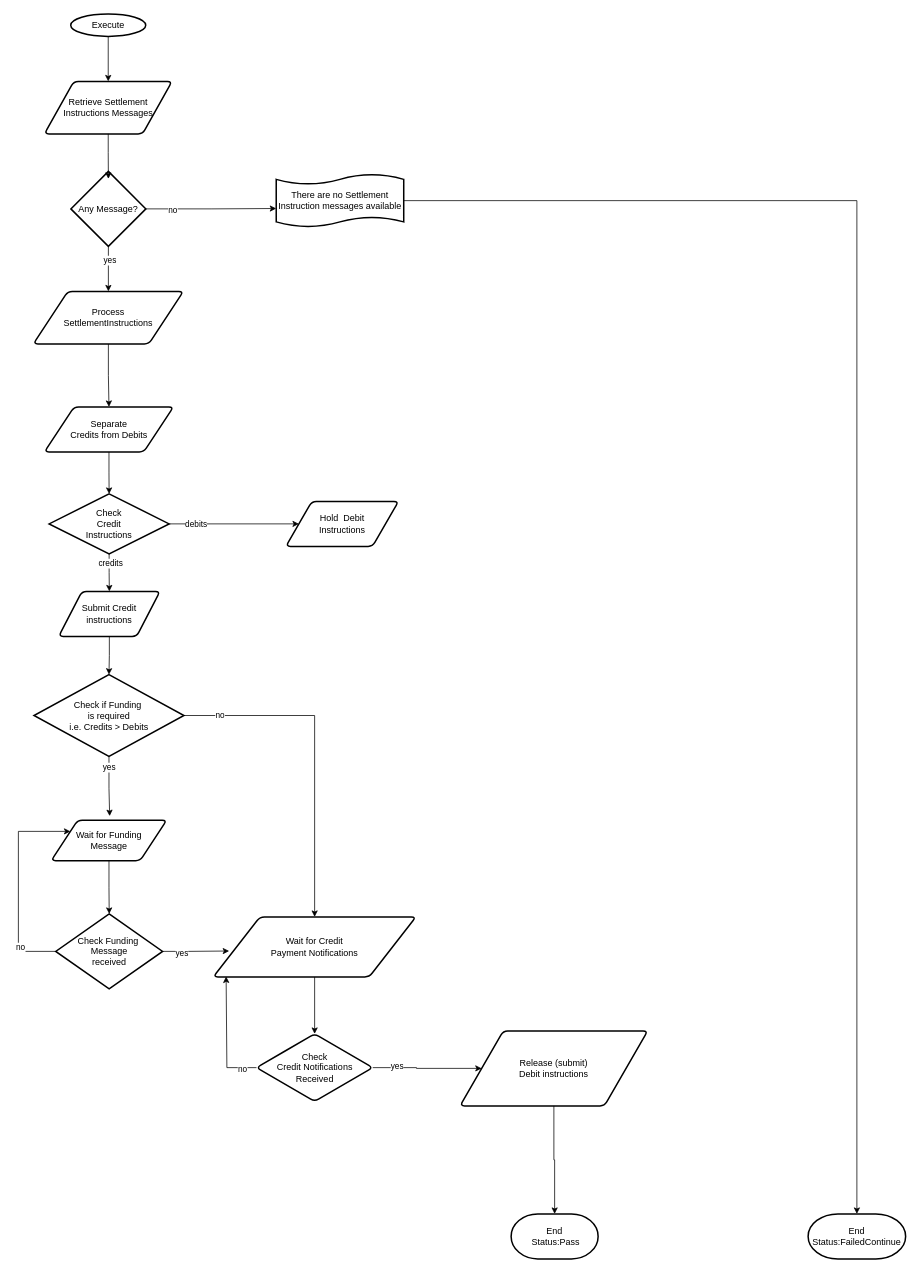
ByMadiba/Sandbox keeps this draw.io diagram as page "Detailed" (2 of 3) of SettlementInstructions.drawio. Above is the earlier version. Source tidied: cells renumbered, new cells numbered last; positions are measured from the earlier drawing's top-left corner, leaving out a move shared by most shapes. Both pictures are drawn from the tidied source at 75%, with x=0, y=0 at pixel (18, 14).
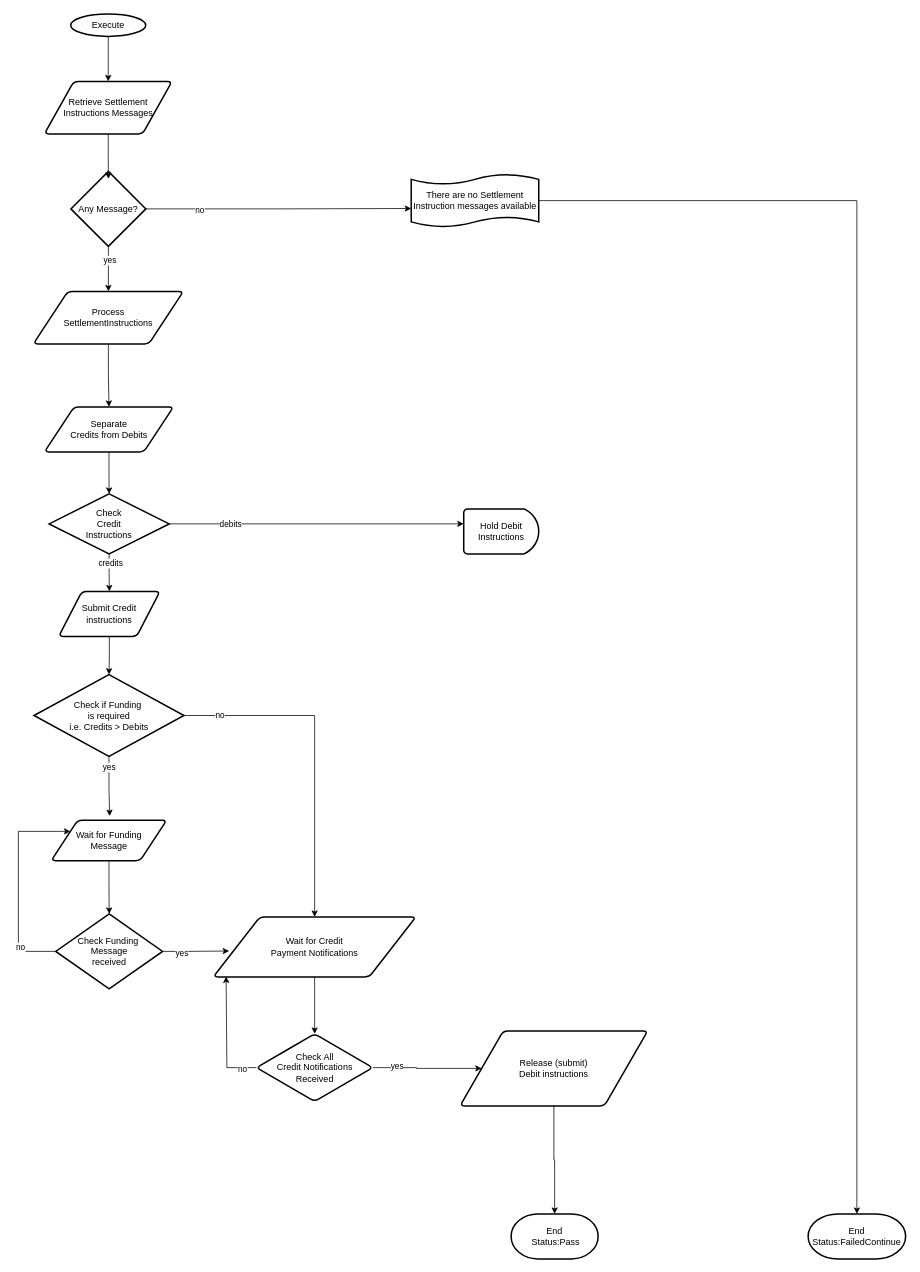
The same page after the edit.

Unchanged cells that the change refers to:
```xml
<mxCell id="38" value="Check&lt;br&gt;Credit&lt;br&gt;Instructions" style="strokeWidth=2;html=1;shape=mxgraph.flowchart.decision;whiteSpace=wrap;" parent="1" vertex="1">
  <mxGeometry x="41" y="640" width="160" height="80" as="geometry" />
</mxCell>
```

The edit, as a diff of the source:
```diff
@@
     <mxCell id="11" value="There are no Settlement Instruction messages available" style="shape=tape;whiteSpace=wrap;html=1;strokeWidth=2;size=0.19;" parent="1" vertex="1">
-      <mxGeometry x="343.8" y="214" width="170" height="70" as="geometry" />
+      <mxGeometry x="523.8" y="214" width="170" height="70" as="geometry" />
     </mxCell>
@@
-    <mxCell id="36" style="edgeStyle=orthogonalEdgeStyle;rounded=0;jettySize=auto;html=1;entryX=0;entryY=0.5;entryDx=0;entryDy=0;" parent="1" edge="1" source="38" target="39">
+    <mxCell id="36" style="edgeStyle=orthogonalEdgeStyle;rounded=0;jettySize=auto;html=1;entryX=0;entryY=0.333;entryDx=0;entryDy=0;entryPerimeter=0;" parent="1" edge="1" source="38" target="39">
       <mxGeometry relative="1" as="geometry" />
     </mxCell>
@@
-    <mxCell id="39" value="Hold&amp;nbsp; Debit&lt;br&gt;Instructions" style="shape=parallelogram;html=1;strokeWidth=2;perimeter=parallelogramPerimeter;whiteSpace=wrap;rounded=1;arcSize=12;size=0.23;" parent="1" vertex="1">
-      <mxGeometry x="356.8" y="650" width="150" height="60" as="geometry" />
-    </mxCell>
@@
-    <mxCell id="44" value="Check&lt;br style=&quot;border-color: var(--border-color);&quot;&gt;Credit Notifications&lt;br style=&quot;border-color: var(--border-color);&quot;&gt;Received" style="rhombus;whiteSpace=wrap;html=1;strokeWidth=2;rounded=1;arcSize=12;" parent="1" vertex="1">
+    <mxCell id="44" value="Check All&lt;br style=&quot;border-color: var(--border-color);&quot;&gt;Credit Notifications&lt;br style=&quot;border-color: var(--border-color);&quot;&gt;Received" style="rhombus;whiteSpace=wrap;html=1;strokeWidth=2;rounded=1;arcSize=12;" parent="1" vertex="1">
       <mxGeometry x="317.5" y="1360" width="155" height="90" as="geometry" />
     </mxCell>
@@
+    <mxCell id="39" value="Hold Debit&lt;br style=&quot;border-color: var(--border-color);&quot;&gt;Instructions" style="strokeWidth=2;html=1;shape=mxgraph.flowchart.delay;whiteSpace=wrap;" parent="1" vertex="1">
+      <mxGeometry x="593.8" y="660" width="100" height="60" as="geometry" />
+    </mxCell>
```
